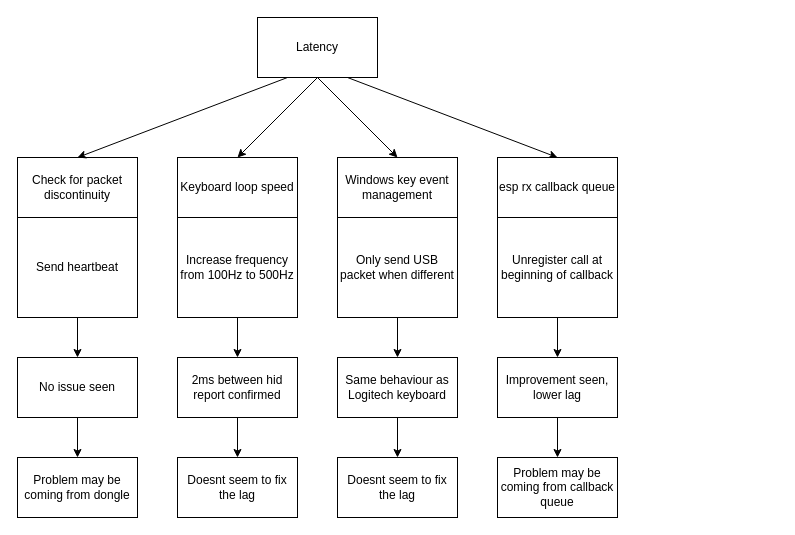
Before: Software/Ticket documentation/Fix buffering queue (input lag)/Fix buffering queue (input lag).drawio in PumaFPV/PMK, a draw.io diagram. Source tidied: cells renumbered, new cells numbered last; positions are measured from the earlier drawing's top-left corner, leaving out a move shared by most shapes. Both pictures are drawn from the tidied source at 100%, with x=0, y=0 at pixel (17, 17).
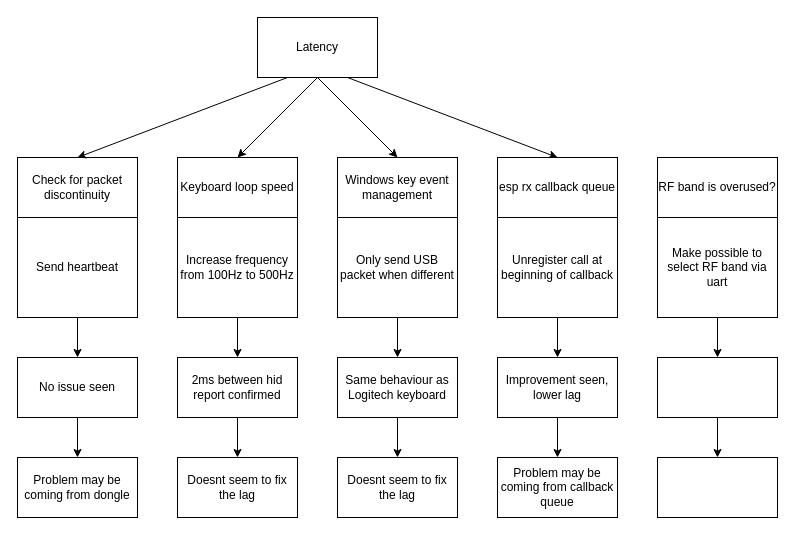
Above is the later version.

Commit message (it also covers changes not shown here):
updated input lag reseach

The edit, as a diff of the source:
```diff
@@
+    <mxCell id="31" value="RF band is overused?" style="rounded=0;whiteSpace=wrap;html=1;" parent="1" vertex="1">
+      <mxGeometry x="640" y="140" width="120" height="60" as="geometry" />
+    </mxCell>
+    <mxCell id="32" value="Make possible to select RF band via uart" style="rounded=0;whiteSpace=wrap;html=1;" parent="1" vertex="1">
+      <mxGeometry x="640" y="200" width="120" height="100" as="geometry" />
+    </mxCell>
+    <mxCell id="33" style="rounded=0;whiteSpace=wrap;html=1;" parent="1" vertex="1">
+      <mxGeometry x="640" y="340" width="120" height="60" as="geometry" />
+    </mxCell>
+    <mxCell id="34" style="rounded=0;whiteSpace=wrap;html=1;" parent="1" vertex="1">
+      <mxGeometry x="640" y="440" width="120" height="60" as="geometry" />
+    </mxCell>
+    <mxCell id="35" style="endArrow=classic;html=1;rounded=0;exitX=0.5;exitY=1;exitDx=0;exitDy=0;" parent="1" edge="1">
+      <mxGeometry relative="1" as="geometry">
+        <mxPoint x="700" y="400" as="sourcePoint" />
+        <mxPoint x="700" y="440" as="targetPoint" />
+      </mxGeometry>
+    </mxCell>
+    <mxCell id="36" style="endArrow=classic;html=1;rounded=0;exitX=0.5;exitY=1;exitDx=0;exitDy=0;" parent="1" edge="1">
+      <mxGeometry relative="1" as="geometry">
+        <mxPoint x="700" y="300" as="sourcePoint" />
+        <mxPoint x="700" y="340" as="targetPoint" />
+      </mxGeometry>
+    </mxCell>
```
